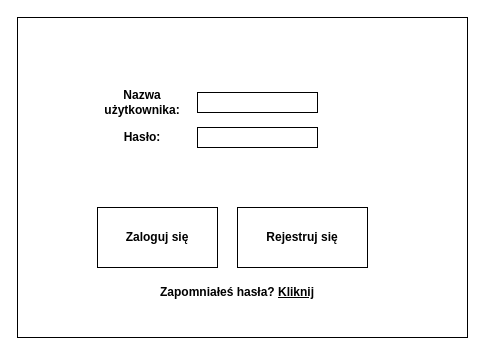
The draw.io diagram 7/formularze/interfejs_logowania.drawio in Tarik-Alaiwi-dev/PSI-Docs, before the edit. Source tidied: cells renumbered, new cells numbered last; positions are measured from the earlier drawing's top-left corner, leaving out a move shared by most shapes. Both pictures are drawn from the tidied source at 100%, with x=0, y=0 at pixel (17, 17).
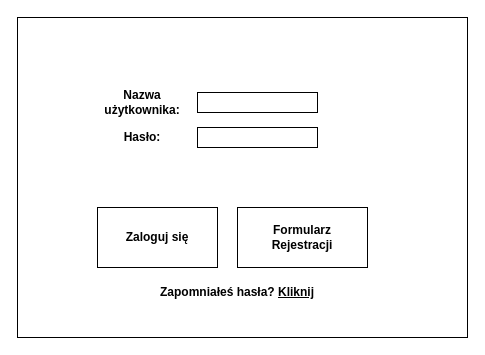
The same page after the edit.

What changed in the source:
```diff
@@
 <mxGraphModel>
   <root>
     <mxCell id="0" />
     <mxCell id="1" parent="0" />
     <mxCell id="2" style="rounded=0;whiteSpace=wrap;html=1;" parent="1" vertex="1">
       <mxGeometry width="450" height="320" as="geometry" />
     </mxCell>
     <mxCell id="3" value="&lt;b&gt;Nazwa użytkownika:&lt;/b&gt;" style="text;html=1;align=center;verticalAlign=middle;whiteSpace=wrap;rounded=0;" parent="1" vertex="1">
       <mxGeometry x="80" y="70" width="90" height="30" as="geometry" />
     </mxCell>
     <mxCell id="4" style="rounded=0;whiteSpace=wrap;html=1;" parent="1" vertex="1">
       <mxGeometry x="180" y="75" width="120" height="20" as="geometry" />
     </mxCell>
     <mxCell id="5" style="edgeStyle=orthogonalEdgeStyle;rounded=0;orthogonalLoop=1;jettySize=auto;html=1;exitX=0.5;exitY=1;exitDx=0;exitDy=0;" parent="1" edge="1" source="4" target="4">
       <mxGeometry relative="1" as="geometry" />
     </mxCell>
     <mxCell id="6" value="&lt;b&gt;Hasło:&lt;/b&gt;" style="text;html=1;align=center;verticalAlign=middle;whiteSpace=wrap;rounded=0;" parent="1" vertex="1">
       <mxGeometry x="95" y="105" width="60" height="30" as="geometry" />
     </mxCell>
     <mxCell id="7" style="rounded=0;whiteSpace=wrap;html=1;" parent="1" vertex="1">
       <mxGeometry x="180" y="110" width="120" height="20" as="geometry" />
     </mxCell>
     <mxCell id="8" style="rounded=0;whiteSpace=wrap;html=1;" parent="1" vertex="1">
       <mxGeometry x="80" y="190" width="120" height="60" as="geometry" />
     </mxCell>
     <mxCell id="9" value="&lt;b&gt;Zaloguj się&lt;/b&gt;" style="text;html=1;align=center;verticalAlign=middle;whiteSpace=wrap;rounded=0;" parent="1" vertex="1">
       <mxGeometry x="100" y="205" width="80" height="30" as="geometry" />
     </mxCell>
     <mxCell id="10" style="rounded=0;whiteSpace=wrap;html=1;" parent="1" vertex="1">
       <mxGeometry x="220" y="190" width="130" height="60" as="geometry" />
     </mxCell>
-    <mxCell id="11" value="&lt;b&gt;Rejestruj się&lt;/b&gt;" style="text;html=1;align=center;verticalAlign=middle;whiteSpace=wrap;rounded=0;" parent="1" vertex="1">
+    <mxCell id="11" value="&lt;b&gt;Formularz Rejestracji&lt;/b&gt;" style="text;html=1;align=center;verticalAlign=middle;whiteSpace=wrap;rounded=0;" parent="1" vertex="1">
       <mxGeometry x="245" y="205" width="80" height="30" as="geometry" />
     </mxCell>
     <mxCell id="12" value="&lt;b&gt;Zapomniałeś hasła? &lt;u&gt;Kliknij&lt;/u&gt;&lt;/b&gt;" style="text;html=1;align=center;verticalAlign=middle;whiteSpace=wrap;rounded=0;" parent="1" vertex="1">
       <mxGeometry x="115" y="260" width="210" height="30" as="geometry" />
     </mxCell>
   </root>
 </mxGraphModel>
```
